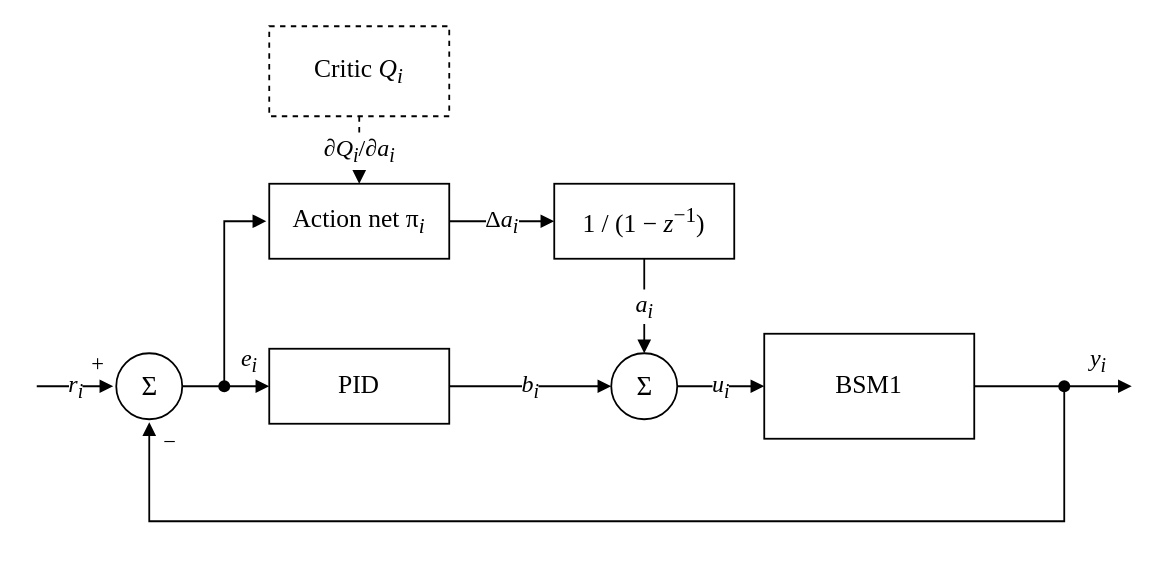
Amritha902/water_resource keeps this draw.io diagram as docs/diagrams/mono/base.drawio. Above is the earlier version. Source tidied: cells renumbered, new cells numbered last; positions are measured from the earlier drawing's top-left corner, leaving out a move shared by most shapes. Both pictures are drawn from the tidied source at 150%, with x=0, y=0 at pixel (36, 26).
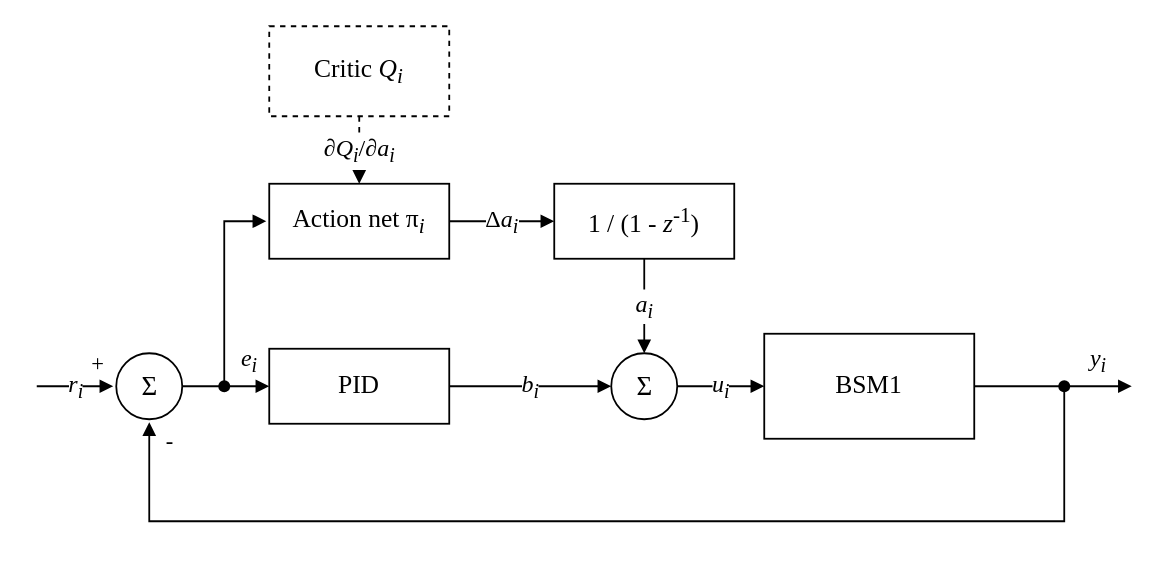
The same diagram, later.

Change to the diagram source:
```diff
@@
-    <mxCell id="8" value="1 / (1 − &lt;i&gt;z&lt;/i&gt;&lt;sup&gt;−1&lt;/sup&gt;)" style="rounded=0;whiteSpace=wrap;html=1;fillColor=#FFFFFF;strokeColor=#000000;strokeWidth=1.2;fontColor=#000000;fontSize=17;fontFamily=Times New Roman;" parent="1" vertex="1">
+    <mxCell id="8" value="1 / (1 - &lt;i&gt;z&lt;/i&gt;&lt;sup&gt;-1&lt;/sup&gt;)" style="rounded=0;whiteSpace=wrap;html=1;fillColor=#FFFFFF;strokeColor=#000000;strokeWidth=1.2;fontColor=#000000;fontSize=17;fontFamily=Times New Roman;" parent="1" vertex="1">
       <mxGeometry x="345" y="105" width="120" height="50" as="geometry" />
     </mxCell>
@@
-    <mxCell id="24" value="−" style="text;html=1;strokeColor=none;fillColor=none;align=center;verticalAlign=middle;whiteSpace=wrap;fontColor=#000000;fontSize=16;fontFamily=Times New Roman;fontSize=15;" parent="1" vertex="1">
+    <mxCell id="24" value="-" style="text;html=1;strokeColor=none;fillColor=none;align=center;verticalAlign=middle;whiteSpace=wrap;fontColor=#000000;fontSize=16;fontFamily=Times New Roman;fontSize=15;" parent="1" vertex="1">
       <mxGeometry x="81" y="268" width="16" height="16" as="geometry" />
     </mxCell>
```
